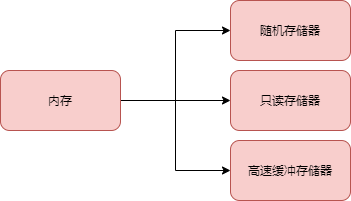
Earlier version of the draw.io export 未命名绘图.drawio.png (nikeoboy/mahjong). Source tidied: cells renumbered, new cells last; positions are measured from the earlier drawing's top-left corner, leaving out a move shared by most shapes. The source it was exported from:
```xml
<mxGraphModel>
  <root>
    <mxCell id="0" />
    <mxCell id="1" parent="0" />
    <mxCell id="2" style="edgeStyle=orthogonalEdgeStyle;rounded=0;jettySize=auto;html=1;exitX=1;exitY=0.5;exitDx=0;exitDy=0;entryX=0;entryY=0.5;entryDx=0;entryDy=0;" parent="1" edge="1" source="5" target="6">
      <mxGeometry relative="1" as="geometry" />
    </mxCell>
    <mxCell id="3" style="edgeStyle=orthogonalEdgeStyle;rounded=0;jettySize=auto;html=1;exitX=1;exitY=0.5;exitDx=0;exitDy=0;" parent="1" edge="1" source="5" target="7">
      <mxGeometry relative="1" as="geometry" />
    </mxCell>
    <mxCell id="4" style="edgeStyle=orthogonalEdgeStyle;rounded=0;jettySize=auto;html=1;exitX=1;exitY=0.5;exitDx=0;exitDy=0;entryX=0;entryY=0.5;entryDx=0;entryDy=0;" parent="1" edge="1" source="5" target="8">
      <mxGeometry relative="1" as="geometry" />
    </mxCell>
    <mxCell id="5" value="内存" style="rounded=1;whiteSpace=wrap;html=1;fillColor=#f8cecc;strokeColor=#b85450;" parent="1" vertex="1">
      <mxGeometry y="70" width="120" height="60" as="geometry" />
    </mxCell>
    <mxCell id="6" value="随机存储器" style="rounded=1;whiteSpace=wrap;html=1;fillColor=#f8cecc;strokeColor=#b85450;" parent="1" vertex="1">
      <mxGeometry x="230" width="120" height="60" as="geometry" />
    </mxCell>
    <mxCell id="7" value="只读存储器" style="rounded=1;whiteSpace=wrap;html=1;fillColor=#f8cecc;strokeColor=#b85450;" parent="1" vertex="1">
      <mxGeometry x="230" y="70" width="120" height="60" as="geometry" />
    </mxCell>
    <mxCell id="8" value="高速缓冲存储器" style="rounded=1;whiteSpace=wrap;html=1;fillColor=#f8cecc;strokeColor=#b85450;" parent="1" vertex="1">
      <mxGeometry x="230" y="140" width="120" height="60" as="geometry" />
    </mxCell>
  </root>
</mxGraphModel>
```
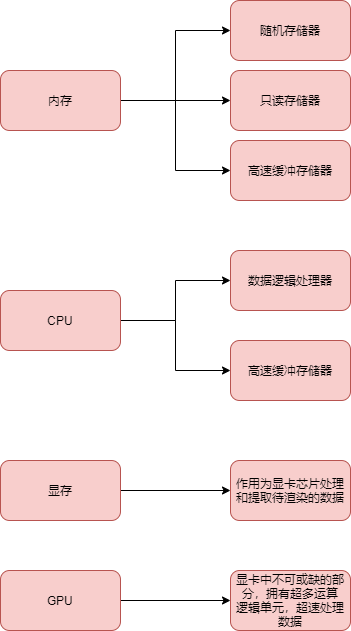
After the commit.

Commit message:
更新未命名绘图.drawio.png

What changed in the source:
```diff
@@ -23,5 +23,38 @@
     <mxCell id="8" value="高速缓冲存储器" style="rounded=1;whiteSpace=wrap;html=1;fillColor=#f8cecc;strokeColor=#b85450;" parent="1" vertex="1">
       <mxGeometry x="230" y="140" width="120" height="60" as="geometry" />
     </mxCell>
+    <mxCell id="9" style="edgeStyle=orthogonalEdgeStyle;rounded=0;jettySize=auto;html=1;" parent="1" edge="1" source="11" target="12">
+      <mxGeometry relative="1" as="geometry" />
+    </mxCell>
+    <mxCell id="10" style="edgeStyle=orthogonalEdgeStyle;rounded=0;jettySize=auto;html=1;" parent="1" edge="1" source="11" target="13">
+      <mxGeometry relative="1" as="geometry" />
+    </mxCell>
+    <mxCell id="11" value="CPU" style="rounded=1;whiteSpace=wrap;html=1;fillColor=#f8cecc;strokeColor=#b85450;" parent="1" vertex="1">
+      <mxGeometry y="290" width="120" height="60" as="geometry" />
+    </mxCell>
+    <mxCell id="12" value="数据逻辑处理器" style="rounded=1;whiteSpace=wrap;html=1;fillColor=#f8cecc;strokeColor=#b85450;" parent="1" vertex="1">
+      <mxGeometry x="230" y="250" width="120" height="60" as="geometry" />
+    </mxCell>
+    <mxCell id="13" value="高速缓冲存储器" style="rounded=1;whiteSpace=wrap;html=1;fillColor=#f8cecc;strokeColor=#b85450;" parent="1" vertex="1">
+      <mxGeometry x="230" y="340" width="120" height="60" as="geometry" />
+    </mxCell>
+    <mxCell id="14" style="edgeStyle=orthogonalEdgeStyle;rounded=0;jettySize=auto;html=1;" parent="1" edge="1" source="15" target="16">
+      <mxGeometry relative="1" as="geometry" />
+    </mxCell>
+    <mxCell id="15" value="显存" style="rounded=1;whiteSpace=wrap;html=1;fillColor=#f8cecc;strokeColor=#b85450;" parent="1" vertex="1">
+      <mxGeometry y="460" width="120" height="60" as="geometry" />
+    </mxCell>
+    <mxCell id="16" value="作用为显卡芯片处理和提取待渲染的数据" style="rounded=1;whiteSpace=wrap;html=1;fillColor=#f8cecc;strokeColor=#b85450;" parent="1" vertex="1">
+      <mxGeometry x="230" y="460" width="120" height="60" as="geometry" />
+    </mxCell>
+    <mxCell id="17" style="edgeStyle=orthogonalEdgeStyle;rounded=0;jettySize=auto;html=1;" parent="1" edge="1" source="18" target="19">
+      <mxGeometry relative="1" as="geometry" />
+    </mxCell>
+    <mxCell id="18" value="GPU" style="rounded=1;whiteSpace=wrap;html=1;fillColor=#f8cecc;strokeColor=#b85450;" parent="1" vertex="1">
+      <mxGeometry y="570" width="120" height="60" as="geometry" />
+    </mxCell>
+    <mxCell id="19" value="显卡中不可或缺的部分，拥有超多运算&lt;br&gt;逻辑单元，超速处理数据" style="rounded=1;whiteSpace=wrap;html=1;fillColor=#f8cecc;strokeColor=#b85450;" parent="1" vertex="1">
+      <mxGeometry x="230" y="570" width="120" height="60" as="geometry" />
+    </mxCell>
   </root>
 </mxGraphModel>
```
